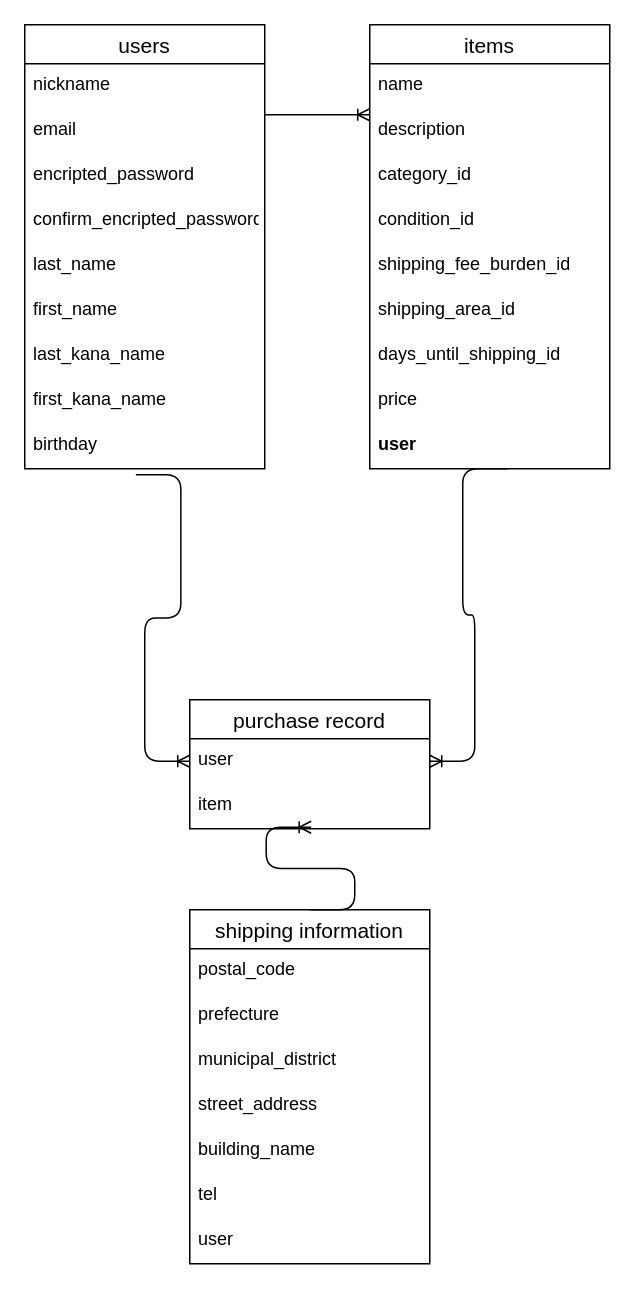
The draw.io diagram test.dio in azusa-sakai/furima-39568, before the edit. Source tidied: cells renumbered, new cells numbered last; positions are measured from the earlier drawing's top-left corner, leaving out a move shared by most shapes. Both pictures are drawn from the tidied source at 150%, with x=0, y=0 at pixel (24, 24).
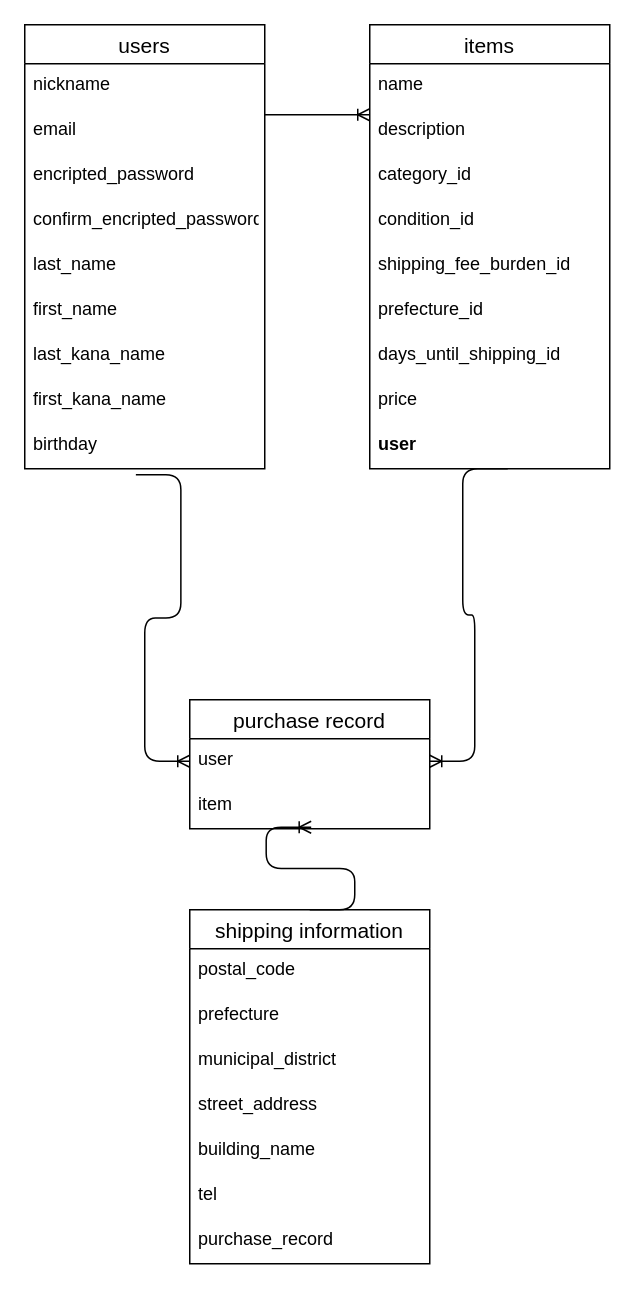
After the change.

Unchanged cells that the change refers to:
```xml
<mxCell id="12" value="items" style="swimlane;fontStyle=0;horizontal=1;startSize=26;align=center;fontSize=14;" parent="1" vertex="1">
  <mxGeometry x="230" width="160" height="296" as="geometry" />
</mxCell>
<mxCell id="25" value="shipping information" style="swimlane;fontStyle=0;horizontal=1;startSize=26;align=center;fontSize=14;" parent="1" vertex="1">
  <mxGeometry x="110" y="590" width="160" height="236" as="geometry" />
</mxCell>
```

What changed in the source:
```diff
@@
-    <mxCell id="18" value="shipping_area_id" style="text;strokeColor=none;fillColor=none;spacingLeft=4;spacingRight=4;overflow=hidden;fontSize=12;" parent="12" vertex="1">
+    <mxCell id="18" value="prefecture_id  " style="text;strokeColor=none;fillColor=none;spacingLeft=4;spacingRight=4;overflow=hidden;fontSize=12;" parent="12" vertex="1">
       <mxGeometry y="176" width="160" height="30" as="geometry" />
     </mxCell>
@@
-    <mxCell id="32" value="user&#10;" style="text;strokeColor=none;fillColor=none;spacingLeft=4;spacingRight=4;overflow=hidden;fontSize=12;" parent="25" vertex="1">
+    <mxCell id="32" value="purchase_record" style="text;strokeColor=none;fillColor=none;spacingLeft=4;spacingRight=4;overflow=hidden;fontSize=12;" parent="25" vertex="1">
       <mxGeometry y="206" width="160" height="30" as="geometry" />
     </mxCell>
```
